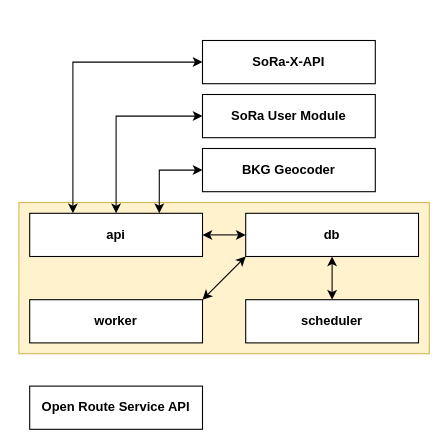
Above: sora/structure_api_container_geolinking_api.drawio in traveller195/draw_io (draw.io), before the change. Source tidied: cells renumbered, new cells numbered last; positions are measured from the earlier drawing's top-left corner, leaving out a move shared by most shapes. Both pictures are drawn from the tidied source at 108%, with x=0, y=0 at pixel (18, 40).
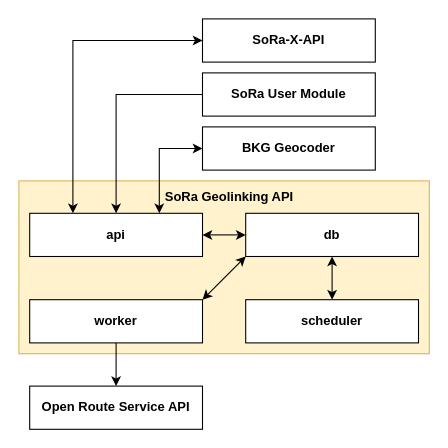
Above is the later version.

Change to the diagram source:
```diff
@@
 <mxGraphModel>
   <root>
     <mxCell id="0" />
     <mxCell id="1" parent="0" />
     <mxCell id="2" style="rounded=0;whiteSpace=wrap;html=1;fillColor=#fff2cc;strokeColor=#d6b656;" parent="1" vertex="1">
-      <mxGeometry y="150" width="380" height="140" as="geometry" />
+      <mxGeometry y="130" width="380" height="160" as="geometry" />
     </mxCell>
     <mxCell id="3" style="edgeStyle=orthogonalEdgeStyle;rounded=0;jettySize=auto;html=1;exitX=1;exitY=0.5;exitDx=0;exitDy=0;entryX=0;entryY=0.5;entryDx=0;entryDy=0;startArrow=classic;startFill=1;" parent="1" edge="1" source="4" target="5">
       <mxGeometry relative="1" as="geometry" />
     </mxCell>
     <mxCell id="4" value="&lt;b&gt;api&lt;/b&gt;" style="rounded=0;whiteSpace=wrap;html=1;" parent="1" vertex="1">
       <mxGeometry x="10" y="160" width="160" height="40" as="geometry" />
     </mxCell>
     <mxCell id="5" value="&lt;b&gt;db&lt;/b&gt;" style="rounded=0;whiteSpace=wrap;html=1;" parent="1" vertex="1">
       <mxGeometry x="210" y="160" width="160" height="40" as="geometry" />
     </mxCell>
+    <mxCell id="17" style="edgeStyle=orthogonalEdgeStyle;rounded=0;jettySize=auto;html=1;exitX=0.5;exitY=1;exitDx=0;exitDy=0;entryX=0.5;entryY=0;entryDx=0;entryDy=0;" parent="1" edge="1" source="6" target="10">
+      <mxGeometry relative="1" as="geometry" />
+    </mxCell>
     <mxCell id="6" value="&lt;b&gt;worker&lt;/b&gt;" style="rounded=0;whiteSpace=wrap;html=1;" parent="1" vertex="1">
       <mxGeometry x="10" y="240" width="160" height="40" as="geometry" />
     </mxCell>
     <mxCell id="7" style="edgeStyle=orthogonalEdgeStyle;rounded=0;jettySize=auto;html=1;exitX=0.5;exitY=0;exitDx=0;exitDy=0;entryX=0.5;entryY=1;entryDx=0;entryDy=0;startArrow=classic;startFill=1;" parent="1" edge="1" source="8" target="5">
       <mxGeometry relative="1" as="geometry" />
     </mxCell>
     <mxCell id="8" value="&lt;b&gt;scheduler&lt;/b&gt;" style="rounded=0;whiteSpace=wrap;html=1;" parent="1" vertex="1">
       <mxGeometry x="210" y="240" width="160" height="40" as="geometry" />
     </mxCell>
     <mxCell id="9" style="endArrow=classic;html=1;rounded=0;startArrow=classic;startFill=1;" parent="1" edge="1">
       <mxGeometry relative="1" as="geometry">
         <mxPoint x="170" y="240" as="sourcePoint" />
         <mxPoint x="210" y="200" as="targetPoint" />
       </mxGeometry>
     </mxCell>
     <mxCell id="10" value="&lt;b&gt;Open Route Service API&lt;/b&gt;" style="rounded=0;whiteSpace=wrap;html=1;" parent="1" vertex="1">
       <mxGeometry x="10" y="320" width="160" height="40" as="geometry" />
     </mxCell>
     <mxCell id="11" style="edgeStyle=orthogonalEdgeStyle;rounded=0;jettySize=auto;html=1;exitX=0;exitY=0.5;exitDx=0;exitDy=0;entryX=0.25;entryY=0;entryDx=0;entryDy=0;startArrow=classic;startFill=1;" parent="1" edge="1" source="12" target="4">
       <mxGeometry relative="1" as="geometry" />
     </mxCell>
     <mxCell id="12" value="&lt;b&gt;SoRa-X-API&lt;/b&gt;" style="rounded=0;whiteSpace=wrap;html=1;" parent="1" vertex="1">
-      <mxGeometry x="170" width="160" height="40" as="geometry" />
+      <mxGeometry x="170" y="-20" width="160" height="40" as="geometry" />
     </mxCell>
-    <mxCell id="13" style="edgeStyle=orthogonalEdgeStyle;rounded=0;jettySize=auto;html=1;exitX=0;exitY=0.5;exitDx=0;exitDy=0;entryX=0.5;entryY=0;entryDx=0;entryDy=0;startArrow=classic;startFill=1;" parent="1" edge="1" source="14" target="4">
+    <mxCell id="13" style="edgeStyle=orthogonalEdgeStyle;rounded=0;jettySize=auto;html=1;exitX=0;exitY=0.5;exitDx=0;exitDy=0;entryX=0.5;entryY=0;entryDx=0;entryDy=0;startArrow=none;startFill=0;endArrow=classic;endFill=1;" parent="1" edge="1" source="14" target="4">
       <mxGeometry relative="1" as="geometry" />
     </mxCell>
     <mxCell id="14" value="&lt;b&gt;SoRa User Module&lt;/b&gt;" style="rounded=0;whiteSpace=wrap;html=1;" parent="1" vertex="1">
-      <mxGeometry x="170" y="50" width="160" height="40" as="geometry" />
+      <mxGeometry x="170" y="30" width="160" height="40" as="geometry" />
     </mxCell>
+    <mxCell id="18" style="edgeStyle=orthogonalEdgeStyle;rounded=0;jettySize=auto;html=1;exitX=0;exitY=0.5;exitDx=0;exitDy=0;entryX=0.75;entryY=0;entryDx=0;entryDy=0;startArrow=classic;startFill=1;" parent="1" edge="1" source="15" target="4">
+      <mxGeometry relative="1" as="geometry" />
+    </mxCell>
     <mxCell id="15" value="&lt;b&gt;BKG Geocoder&lt;/b&gt;" style="rounded=0;whiteSpace=wrap;html=1;" parent="1" vertex="1">
-      <mxGeometry x="170" y="100" width="160" height="40" as="geometry" />
+      <mxGeometry x="170" y="80" width="160" height="40" as="geometry" />
     </mxCell>
-    <mxCell id="16" style="edgeStyle=orthogonalEdgeStyle;rounded=0;jettySize=auto;html=1;exitX=0;exitY=0.5;exitDx=0;exitDy=0;entryX=0.342;entryY=0.071;entryDx=0;entryDy=0;entryPerimeter=0;startArrow=classic;startFill=1;" parent="1" edge="1" source="15" target="2">
-      <mxGeometry relative="1" as="geometry" />
-    </mxCell>
+    <mxCell id="19" value="SoRa Geolinking API" style="text;html=1;align=center;verticalAlign=middle;whiteSpace=wrap;rounded=0;fontStyle=1;" parent="1" vertex="1">
+      <mxGeometry x="120" y="130" width="150" height="30" as="geometry" />
+    </mxCell>
   </root>
 </mxGraphModel>
```
